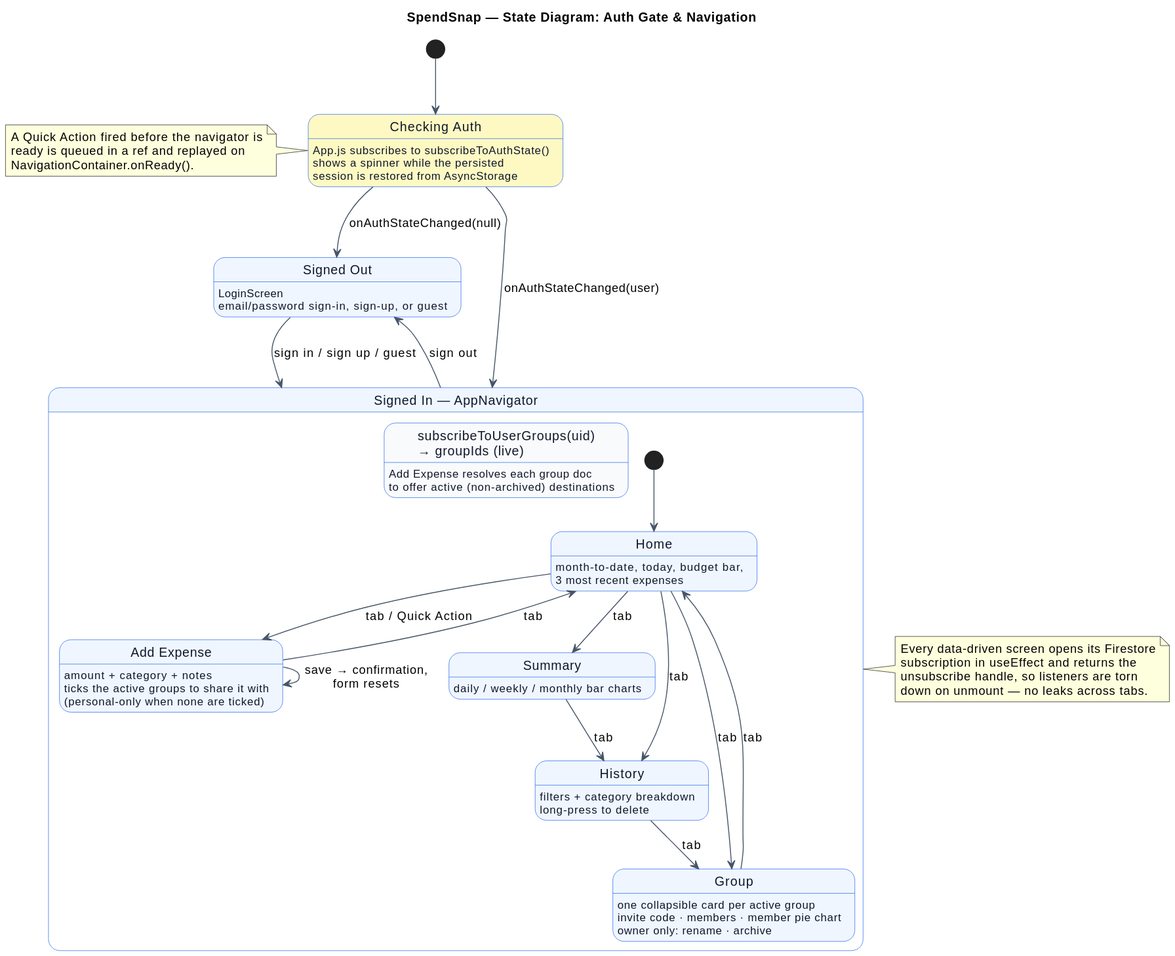
The PlantUML diagram docs/diagrams/svg/08-navigation-state.svg in GeraldFSE/SpendSnap, before a commit. The source it was exported from:
```plantuml
@startuml

title SpendSnap — State Diagram: Auth Gate & Navigation

skinparam backgroundColor #FFFFFF
skinparam shadowing false
skinparam ArrowColor #475569
skinparam state {
  BackgroundColor #EFF6FF
  BorderColor #2563EB
  FontColor #0F172A
  StartColor #16A34A
  EndColor #DC2626
}

[*] --> CheckingAuth

state "Checking Auth" as CheckingAuth #FEF9C3 {
  CheckingAuth : App.js subscribes to subscribeToAuthState()
  CheckingAuth : shows a spinner while the persisted
  CheckingAuth : session is restored from AsyncStorage
}

CheckingAuth --> SignedOut : onAuthStateChanged(null)
CheckingAuth --> SignedIn : onAuthStateChanged(user)

state "Signed Out" as SignedOut {
  SignedOut : LoginScreen
  SignedOut : email/password sign-in, sign-up, or guest
}

SignedOut -right-> SignedIn : sign in / sign up / guest
SignedIn -up-> SignedOut : sign out

state "Signed In — AppNavigator" as SignedIn {
  [*] --> Home

  state "subscribeToUserGroups(uid)\n→ groupIds (live)" as GroupSub #F8FAFC
  GroupSub : Add Expense resolves each group doc
  GroupSub : to offer active (non-archived) destinations

  state Home
  Home : month-to-date, today, budget bar,
  Home : 3 most recent expenses

  state "Add Expense" as Add
  Add : amount + category + notes
  Add : ticks the active groups to share it with
  Add : (personal-only when none are ticked)

  state Summary
  Summary : daily / weekly / monthly bar charts

  state History
  History : filters + category breakdown
  History : long-press to delete

  state Group
  Group : one collapsible card per active group
  Group : invite code · members · member pie chart
  Group : owner only: rename · archive

  Home --> Add : tab / Quick Action
  Home --> Summary : tab
  Home --> History : tab
  Home --> Group : tab
  Add --> Home : tab
  Summary --> History : tab
  History --> Group : tab
  Group --> Home : tab

  Add --> Add : save → confirmation,\nform resets
}

note right of SignedIn
  Every data-driven screen opens its Firestore
  subscription in useEffect and returns the
  unsubscribe handle, so listeners are torn
  down on unmount — no leaks across tabs.
end note

note left of CheckingAuth
  A Quick Action fired before the navigator is
  ready is queued in a ref and replayed on
  NavigationContainer.onReady().
end note
@enduml
```
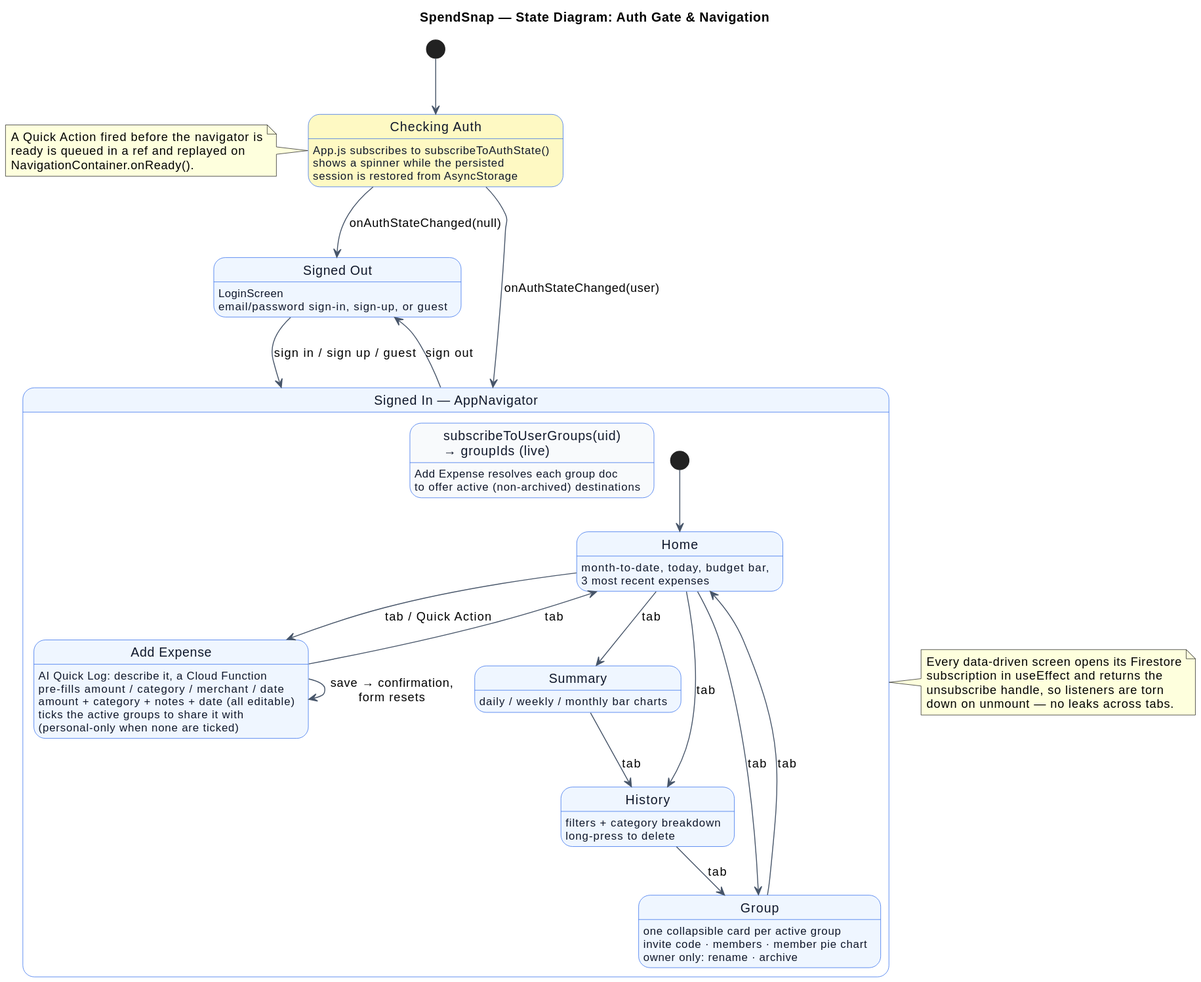
The same file after the commit.

Diff of the diagram source:
```diff
@@ -44,7 +44,9 @@
   Home : 3 most recent expenses
 
   state "Add Expense" as Add
-  Add : amount + category + notes
+  Add : AI Quick Log: describe it, a Cloud Function
+  Add : pre-fills amount / category / merchant / date
+  Add : amount + category + notes + date (all editable)
   Add : ticks the active groups to share it with
   Add : (personal-only when none are ticked)
 
```
